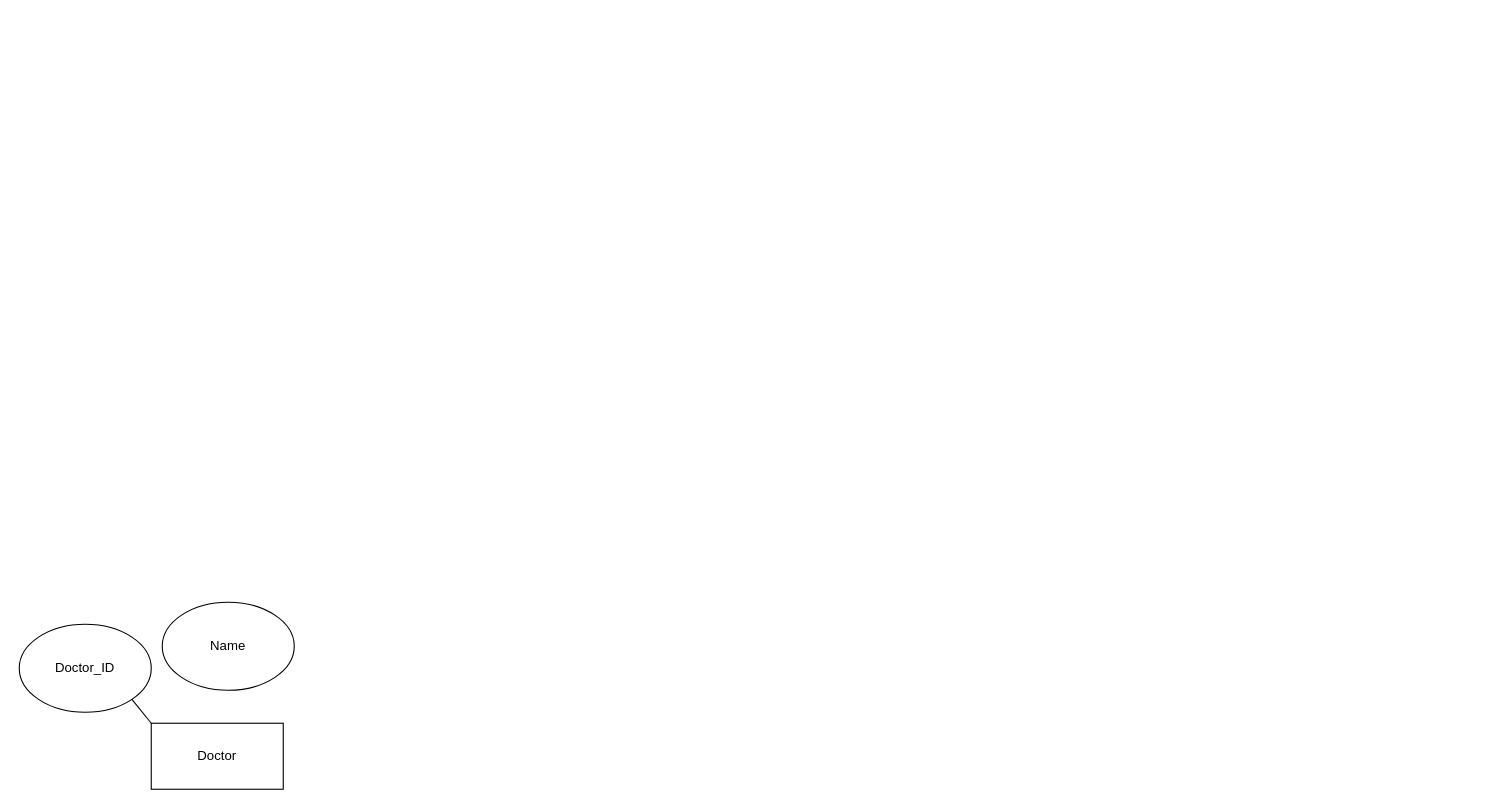
Earlier version of the draw.io diagram erdiagram.drawio (ivory-26/frontend-notes-app). Source tidied: cells renumbered, new cells numbered last; positions are measured from the earlier drawing's top-left corner, leaving out a move shared by most shapes. Both pictures are drawn from the tidied source at 110%, with x=0, y=0 at pixel (19, 602).
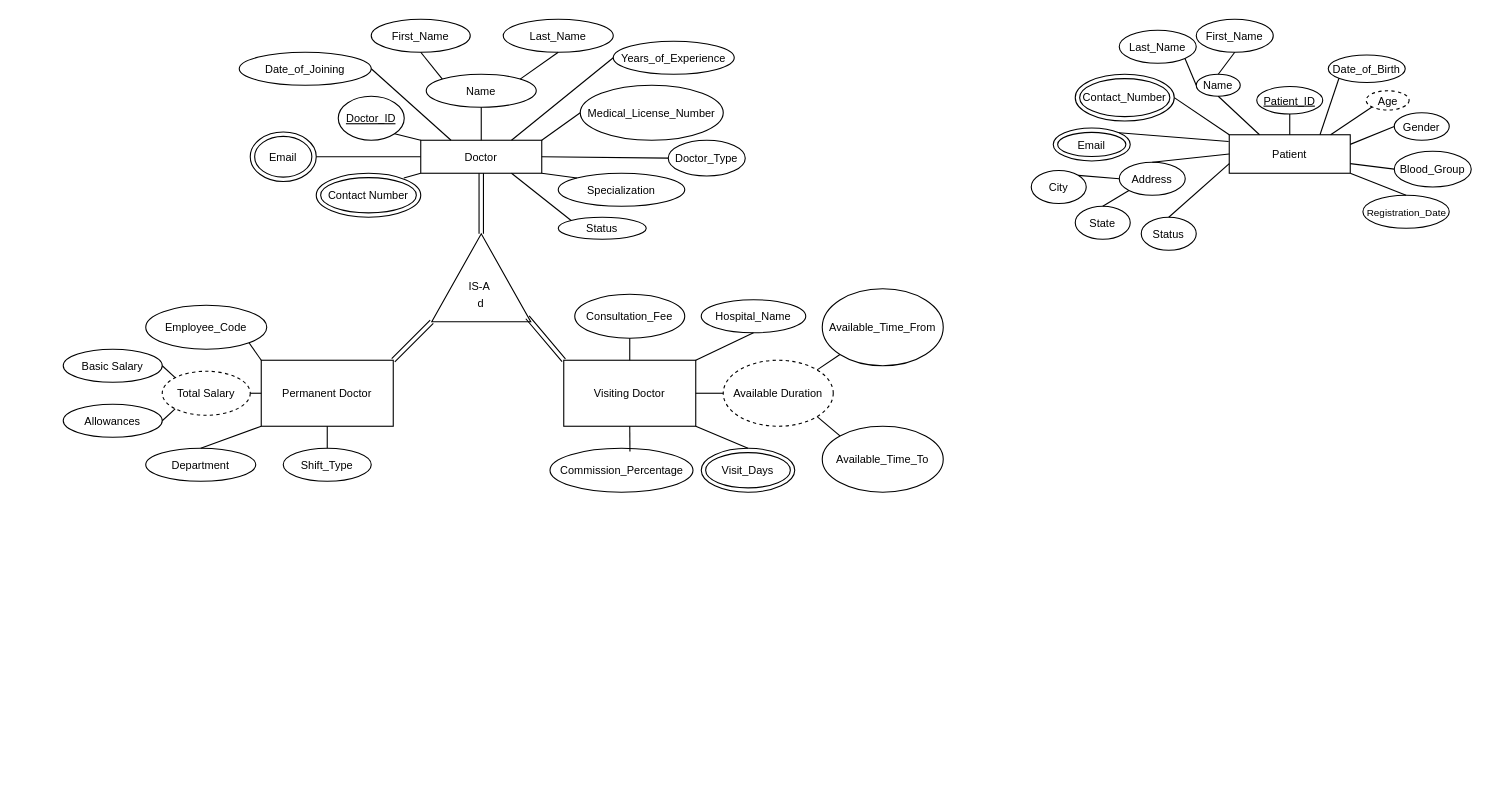
After the change.

What changed in the source:
```diff
@@
-    <mxCell id="2" value="Doctor" style="rounded=0;whiteSpace=wrap;html=1;" parent="1" vertex="1">
-      <mxGeometry x="120" y="110" width="120" height="60" as="geometry" />
+    <mxCell id="2" value="Doctor" style="rounded=0;whiteSpace=wrap;html=1;fontSize=10;" parent="1" vertex="1">
+      <mxGeometry x="365" y="-420" width="110" height="30" as="geometry" />
     </mxCell>
-    <mxCell id="3" value="Doctor_ID" style="ellipse;whiteSpace=wrap;html=1;" parent="1" vertex="1">
-      <mxGeometry y="20" width="120" height="80" as="geometry" />
+    <mxCell id="3" value="&lt;u&gt;Doctor_ID&lt;/u&gt;" style="ellipse;whiteSpace=wrap;html=1;fontSize=10;" parent="1" vertex="1">
+      <mxGeometry x="290" y="-460" width="60" height="40" as="geometry" />
     </mxCell>
-    <mxCell id="4" style="endArrow=none;html=1;rounded=0;entryX=1;entryY=1;entryDx=0;entryDy=0;exitX=0;exitY=0;exitDx=0;exitDy=0;" parent="1" edge="1" source="2" target="3">
+    <mxCell id="4" style="endArrow=none;html=1;rounded=0;entryX=1;entryY=1;entryDx=0;entryDy=0;exitX=0;exitY=0;exitDx=0;exitDy=0;fontSize=10;" parent="1" edge="1" source="2" target="3">
       <mxGeometry relative="1" as="geometry" />
     </mxCell>
-    <mxCell id="5" value="Name" style="ellipse;whiteSpace=wrap;html=1;" parent="1" vertex="1">
-      <mxGeometry x="130" width="120" height="80" as="geometry" />
+    <mxCell id="5" value="Name" style="ellipse;whiteSpace=wrap;html=1;fontSize=10;" parent="1" vertex="1">
+      <mxGeometry x="370" y="-480" width="100" height="30" as="geometry" />
     </mxCell>
+    <mxCell id="6" style="endArrow=none;html=1;rounded=0;entryX=0.5;entryY=1;entryDx=0;entryDy=0;exitX=0.5;exitY=0;exitDx=0;exitDy=0;fontSize=10;" parent="1" edge="1" source="2" target="5">
+      <mxGeometry relative="1" as="geometry" />
+    </mxCell>
+    <mxCell id="7" value="First_Name" style="ellipse;whiteSpace=wrap;html=1;fontSize=10;" parent="1" vertex="1">
+      <mxGeometry x="320" y="-530" width="90" height="30" as="geometry" />
+    </mxCell>
+    <mxCell id="8" value="Last_Name" style="ellipse;whiteSpace=wrap;html=1;fontSize=10;" parent="1" vertex="1">
+      <mxGeometry x="440" y="-530" width="100" height="30" as="geometry" />
+    </mxCell>
+    <mxCell id="9" style="endArrow=none;html=1;rounded=0;entryX=0.5;entryY=1;entryDx=0;entryDy=0;exitX=0;exitY=0;exitDx=0;exitDy=0;fontSize=10;" parent="1" edge="1" source="5" target="7">
+      <mxGeometry relative="1" as="geometry" />
+    </mxCell>
+    <mxCell id="10" style="endArrow=none;html=1;rounded=0;entryX=0.5;entryY=1;entryDx=0;entryDy=0;exitX=1;exitY=0;exitDx=0;exitDy=0;fontSize=10;" parent="1" edge="1" source="5" target="8">
+      <mxGeometry relative="1" as="geometry" />
+    </mxCell>
+    <mxCell id="11" value="Medical_License_Number" style="ellipse;whiteSpace=wrap;html=1;fontSize=10;" parent="1" vertex="1">
+      <mxGeometry x="510" y="-470" width="130" height="50" as="geometry" />
+    </mxCell>
+    <mxCell id="12" style="endArrow=none;html=1;rounded=0;entryX=0;entryY=0.5;entryDx=0;entryDy=0;exitX=1;exitY=0;exitDx=0;exitDy=0;fontSize=10;" parent="1" edge="1" source="2" target="11">
+      <mxGeometry relative="1" as="geometry" />
+    </mxCell>
+    <mxCell id="13" value="Specialization" style="ellipse;whiteSpace=wrap;html=1;fontSize=10;" parent="1" vertex="1">
+      <mxGeometry x="490" y="-390" width="115" height="30" as="geometry" />
+    </mxCell>
+    <mxCell id="14" style="endArrow=none;html=1;rounded=0;entryX=1;entryY=1;entryDx=0;entryDy=0;exitX=0;exitY=0;exitDx=0;exitDy=0;" parent="1" edge="1" source="13" target="2">
+      <mxGeometry relative="1" as="geometry" />
+    </mxCell>
+    <mxCell id="15" style="endArrow=none;html=1;rounded=0;entryX=0;entryY=1;entryDx=0;entryDy=0;exitX=1;exitY=0;exitDx=0;exitDy=0;" parent="1" edge="1" target="2">
+      <mxGeometry relative="1" as="geometry">
+        <mxPoint x="349.6" y="-385.6" as="sourcePoint" />
+      </mxGeometry>
+    </mxCell>
+    <mxCell id="16" value="&lt;font style=&quot;font-size: 10px;&quot;&gt;Contact Number&lt;/font&gt;" style="ellipse;shape=doubleEllipse;whiteSpace=wrap;html=1;" parent="1" vertex="1">
+      <mxGeometry x="270" y="-390" width="95" height="40" as="geometry" />
+    </mxCell>
+    <mxCell id="17" value="&lt;font style=&quot;font-size: 10px;&quot;&gt;Email&lt;/font&gt;" style="ellipse;shape=doubleEllipse;whiteSpace=wrap;html=1;" parent="1" vertex="1">
+      <mxGeometry x="210" y="-427.5" width="60" height="45" as="geometry" />
+    </mxCell>
+    <mxCell id="18" style="endArrow=none;html=1;rounded=0;entryX=0;entryY=0.5;entryDx=0;entryDy=0;exitX=1;exitY=0.5;exitDx=0;exitDy=0;" parent="1" edge="1" source="17" target="2">
+      <mxGeometry relative="1" as="geometry" />
+    </mxCell>
+    <mxCell id="19" value="&lt;font style=&quot;font-size: 10px;&quot;&gt;Doctor_Type&lt;/font&gt;" style="ellipse;whiteSpace=wrap;html=1;" parent="1" vertex="1">
+      <mxGeometry x="590" y="-420" width="70" height="32.5" as="geometry" />
+    </mxCell>
+    <mxCell id="20" style="endArrow=none;html=1;rounded=0;entryX=0;entryY=0.5;entryDx=0;entryDy=0;exitX=1;exitY=0.5;exitDx=0;exitDy=0;" parent="1" edge="1" source="2" target="19">
+      <mxGeometry relative="1" as="geometry" />
+    </mxCell>
+    <mxCell id="21" value="&lt;font style=&quot;font-size: 10px;&quot;&gt;Date_of_Joining&lt;/font&gt;" style="ellipse;whiteSpace=wrap;html=1;" parent="1" vertex="1">
+      <mxGeometry x="200" y="-500" width="120" height="30" as="geometry" />
+    </mxCell>
+    <mxCell id="22" value="&lt;font style=&quot;font-size: 10px;&quot;&gt;Years_of_Experience&lt;/font&gt;" style="ellipse;whiteSpace=wrap;html=1;" parent="1" vertex="1">
+      <mxGeometry x="540" y="-510" width="110" height="30" as="geometry" />
+    </mxCell>
+    <mxCell id="23" value="&lt;font style=&quot;font-size: 10px;&quot;&gt;Status&lt;/font&gt;" style="ellipse;whiteSpace=wrap;html=1;" parent="1" vertex="1">
+      <mxGeometry x="490" y="-350" width="80" height="20" as="geometry" />
+    </mxCell>
+    <mxCell id="24" style="endArrow=none;html=1;rounded=0;entryX=0.25;entryY=0;entryDx=0;entryDy=0;exitX=1;exitY=0.5;exitDx=0;exitDy=0;" parent="1" edge="1" source="21" target="2">
+      <mxGeometry relative="1" as="geometry" />
+    </mxCell>
+    <mxCell id="25" style="endArrow=none;html=1;rounded=0;entryX=0;entryY=0.5;entryDx=0;entryDy=0;exitX=0.75;exitY=0;exitDx=0;exitDy=0;" parent="1" edge="1" source="2" target="22">
+      <mxGeometry relative="1" as="geometry" />
+    </mxCell>
+    <mxCell id="26" style="endArrow=none;html=1;rounded=0;entryX=0;entryY=0;entryDx=0;entryDy=0;exitX=0.75;exitY=1;exitDx=0;exitDy=0;" parent="1" edge="1" source="2" target="23">
+      <mxGeometry relative="1" as="geometry" />
+    </mxCell>
+    <mxCell id="27" style="triangle;whiteSpace=wrap;html=1;rotation=-90;" parent="1" vertex="1">
+      <mxGeometry x="380" y="-340" width="80" height="90" as="geometry" />
+    </mxCell>
+    <mxCell id="28" value="&lt;font style=&quot;font-size: 10px;&quot;&gt;IS-A&amp;nbsp;&lt;br&gt;d&lt;/font&gt;" style="text;html=1;align=center;verticalAlign=middle;whiteSpace=wrap;rounded=0;" parent="1" vertex="1">
+      <mxGeometry x="390" y="-320" width="60" height="80" as="geometry" />
+    </mxCell>
+    <mxCell id="29" value="&lt;font style=&quot;font-size: 10px;&quot;&gt;Permanent Doctor&lt;/font&gt;" style="rounded=0;whiteSpace=wrap;html=1;" parent="1" vertex="1">
+      <mxGeometry x="220" y="-220" width="120" height="60" as="geometry" />
+    </mxCell>
+    <mxCell id="30" value="&lt;font style=&quot;font-size: 10px;&quot;&gt;Visiting Doctor&lt;/font&gt;" style="rounded=0;whiteSpace=wrap;html=1;" parent="1" vertex="1">
+      <mxGeometry x="495" y="-220" width="120" height="60" as="geometry" />
+    </mxCell>
+    <mxCell id="31" style="shape=link;html=1;rounded=0;exitX=0.5;exitY=1;exitDx=0;exitDy=0;entryX=1;entryY=0.5;entryDx=0;entryDy=0;" parent="1" edge="1" source="2" target="27">
+      <mxGeometry relative="1" as="geometry" />
+    </mxCell>
+    <mxCell id="32" style="shape=link;html=1;rounded=0;entryX=0;entryY=0;entryDx=0;entryDy=0;entryPerimeter=0;exitX=1;exitY=0;exitDx=0;exitDy=0;" parent="1" edge="1" source="29" target="27">
+      <mxGeometry relative="1" as="geometry" />
+    </mxCell>
+    <mxCell id="33" style="shape=link;html=1;rounded=0;exitX=0.05;exitY=0.967;exitDx=0;exitDy=0;exitPerimeter=0;entryX=0;entryY=0;entryDx=0;entryDy=0;" parent="1" edge="1" source="27" target="30">
+      <mxGeometry relative="1" as="geometry" />
+    </mxCell>
+    <mxCell id="34" value="&lt;font style=&quot;font-size: 10px;&quot;&gt;Employee_Code&lt;/font&gt;" style="ellipse;whiteSpace=wrap;html=1;" parent="1" vertex="1">
+      <mxGeometry x="115" y="-270" width="110" height="40" as="geometry" />
+    </mxCell>
+    <mxCell id="35" value="&lt;font style=&quot;font-size: 10px;&quot;&gt;Basic Salary&lt;/font&gt;" style="ellipse;whiteSpace=wrap;html=1;" parent="1" vertex="1">
+      <mxGeometry x="40" y="-230" width="90" height="30" as="geometry" />
+    </mxCell>
+    <mxCell id="36" value="&lt;font style=&quot;font-size: 10px;&quot;&gt;Allowances&lt;/font&gt;" style="ellipse;whiteSpace=wrap;html=1;" parent="1" vertex="1">
+      <mxGeometry x="40" y="-180" width="90" height="30" as="geometry" />
+    </mxCell>
+    <mxCell id="37" value="&lt;font style=&quot;font-size: 10px;&quot;&gt;Total Salary&lt;/font&gt;" style="ellipse;whiteSpace=wrap;html=1;dashed=1;" parent="1" vertex="1">
+      <mxGeometry x="130" y="-210" width="80" height="40" as="geometry" />
+    </mxCell>
+    <mxCell id="38" value="&lt;font style=&quot;font-size: 10px;&quot;&gt;Department&lt;/font&gt;" style="ellipse;whiteSpace=wrap;html=1;" parent="1" vertex="1">
+      <mxGeometry x="115" y="-140" width="100" height="30" as="geometry" />
+    </mxCell>
+    <mxCell id="39" value="&lt;font style=&quot;font-size: 10px;&quot;&gt;Shift_Type&lt;/font&gt;" style="ellipse;whiteSpace=wrap;html=1;" parent="1" vertex="1">
+      <mxGeometry x="240" y="-140" width="80" height="30" as="geometry" />
+    </mxCell>
+    <mxCell id="40" style="endArrow=none;html=1;rounded=0;entryX=1;entryY=1;entryDx=0;entryDy=0;exitX=0;exitY=0;exitDx=0;exitDy=0;" parent="1" edge="1" source="29" target="34">
+      <mxGeometry relative="1" as="geometry" />
+    </mxCell>
+    <mxCell id="41" style="endArrow=none;html=1;rounded=0;entryX=0;entryY=0;entryDx=0;entryDy=0;exitX=1;exitY=0.5;exitDx=0;exitDy=0;" parent="1" edge="1" source="35" target="37">
+      <mxGeometry relative="1" as="geometry" />
+    </mxCell>
+    <mxCell id="42" style="endArrow=none;html=1;rounded=0;entryX=0;entryY=1;entryDx=0;entryDy=0;exitX=1;exitY=0.5;exitDx=0;exitDy=0;" parent="1" edge="1" source="36" target="37">
+      <mxGeometry relative="1" as="geometry" />
+    </mxCell>
+    <mxCell id="43" style="endArrow=none;html=1;rounded=0;entryX=0;entryY=0.5;entryDx=0;entryDy=0;exitX=1;exitY=0.5;exitDx=0;exitDy=0;" parent="1" edge="1" source="37" target="29">
+      <mxGeometry relative="1" as="geometry" />
+    </mxCell>
+    <mxCell id="44" style="endArrow=none;html=1;rounded=0;entryX=0;entryY=1;entryDx=0;entryDy=0;exitX=0.5;exitY=0;exitDx=0;exitDy=0;" parent="1" edge="1" source="38" target="29">
+      <mxGeometry relative="1" as="geometry" />
+    </mxCell>
+    <mxCell id="45" style="endArrow=none;html=1;rounded=0;entryX=0.5;entryY=1;entryDx=0;entryDy=0;exitX=0.5;exitY=0;exitDx=0;exitDy=0;" parent="1" edge="1" source="39" target="29">
+      <mxGeometry relative="1" as="geometry" />
+    </mxCell>
+    <mxCell id="46" value="&lt;font style=&quot;font-size: 10px;&quot;&gt;Consultation_Fee&lt;/font&gt;" style="ellipse;whiteSpace=wrap;html=1;" parent="1" vertex="1">
+      <mxGeometry x="505" y="-280" width="100" height="40" as="geometry" />
+    </mxCell>
+    <mxCell id="47" value="&lt;font style=&quot;font-size: 10px;&quot;&gt;Available Duration&lt;/font&gt;" style="ellipse;whiteSpace=wrap;html=1;dashed=1;" parent="1" vertex="1">
+      <mxGeometry x="640" y="-220" width="100" height="60" as="geometry" />
+    </mxCell>
+    <mxCell id="48" value="&lt;font style=&quot;font-size: 10px;&quot;&gt;Visit_Days&lt;/font&gt;" style="ellipse;shape=doubleEllipse;whiteSpace=wrap;html=1;" parent="1" vertex="1">
+      <mxGeometry x="620" y="-140" width="85" height="40" as="geometry" />
+    </mxCell>
+    <mxCell id="49" value="&lt;font style=&quot;font-size: 10px;&quot;&gt;Available_Time_From&lt;/font&gt;" style="ellipse;whiteSpace=wrap;html=1;" parent="1" vertex="1">
+      <mxGeometry x="730" y="-285" width="110" height="70" as="geometry" />
+    </mxCell>
+    <mxCell id="50" value="&lt;font style=&quot;font-size: 10px;&quot;&gt;Available_Time_To&lt;/font&gt;" style="ellipse;whiteSpace=wrap;html=1;" parent="1" vertex="1">
+      <mxGeometry x="730" y="-160" width="110" height="60" as="geometry" />
+    </mxCell>
+    <mxCell id="51" value="&lt;font style=&quot;font-size: 10px;&quot;&gt;Commission_Percentage&lt;/font&gt;" style="ellipse;whiteSpace=wrap;html=1;" parent="1" vertex="1">
+      <mxGeometry x="482.5" y="-140" width="130" height="40" as="geometry" />
+    </mxCell>
+    <mxCell id="52" value="&lt;font style=&quot;font-size: 10px;&quot;&gt;Hospital_Name&lt;/font&gt;" style="ellipse;whiteSpace=wrap;html=1;" parent="1" vertex="1">
+      <mxGeometry x="620" y="-275" width="95" height="30" as="geometry" />
+    </mxCell>
+    <mxCell id="53" style="endArrow=none;html=1;rounded=0;entryX=0.5;entryY=1;entryDx=0;entryDy=0;exitX=0.5;exitY=0;exitDx=0;exitDy=0;" parent="1" edge="1" source="30" target="46">
+      <mxGeometry relative="1" as="geometry" />
+    </mxCell>
+    <mxCell id="54" style="endArrow=none;html=1;rounded=0;entryX=0.5;entryY=1;entryDx=0;entryDy=0;exitX=1;exitY=0;exitDx=0;exitDy=0;" parent="1" edge="1" source="30" target="52">
+      <mxGeometry relative="1" as="geometry" />
+    </mxCell>
+    <mxCell id="55" style="endArrow=none;html=1;rounded=0;entryX=0;entryY=0.5;entryDx=0;entryDy=0;exitX=1;exitY=0.5;exitDx=0;exitDy=0;" parent="1" edge="1" source="30" target="47">
+      <mxGeometry relative="1" as="geometry" />
+    </mxCell>
+    <mxCell id="56" style="endArrow=none;html=1;rounded=0;entryX=0;entryY=1;entryDx=0;entryDy=0;exitX=1;exitY=0;exitDx=0;exitDy=0;" parent="1" edge="1" source="47" target="49">
+      <mxGeometry relative="1" as="geometry" />
+    </mxCell>
+    <mxCell id="57" style="endArrow=none;html=1;rounded=0;entryX=0;entryY=0;entryDx=0;entryDy=0;exitX=1;exitY=1;exitDx=0;exitDy=0;" parent="1" edge="1" source="47" target="50">
+      <mxGeometry relative="1" as="geometry" />
+    </mxCell>
+    <mxCell id="58" style="endArrow=none;html=1;rounded=0;entryX=0.5;entryY=0;entryDx=0;entryDy=0;exitX=1;exitY=1;exitDx=0;exitDy=0;" parent="1" edge="1" source="30" target="48">
+      <mxGeometry relative="1" as="geometry" />
+    </mxCell>
+    <mxCell id="59" style="endArrow=none;html=1;rounded=0;entryX=0.5;entryY=1;entryDx=0;entryDy=0;exitX=0.559;exitY=0.074;exitDx=0;exitDy=0;exitPerimeter=0;" parent="1" edge="1" source="51" target="30">
+      <mxGeometry relative="1" as="geometry" />
+    </mxCell>
+    <mxCell id="60" value="&lt;font style=&quot;font-size: 10px;&quot;&gt;Patient&lt;/font&gt;" style="rounded=0;whiteSpace=wrap;html=1;" parent="1" vertex="1">
+      <mxGeometry x="1100" y="-425" width="110" height="35" as="geometry" />
+    </mxCell>
+    <mxCell id="61" value="&lt;font style=&quot;font-size: 10px;&quot;&gt;&lt;u&gt;Patient_ID&lt;/u&gt;&lt;/font&gt;" style="ellipse;whiteSpace=wrap;html=1;" parent="1" vertex="1">
+      <mxGeometry x="1125" y="-468.8" width="60" height="25" as="geometry" />
+    </mxCell>
+    <mxCell id="62" value="&lt;font style=&quot;font-size: 10px;&quot;&gt;Name&lt;/font&gt;" style="ellipse;whiteSpace=wrap;html=1;" parent="1" vertex="1">
+      <mxGeometry x="1070" y="-480" width="40" height="20" as="geometry" />
+    </mxCell>
+    <mxCell id="63" value="&lt;font style=&quot;font-size: 10px;&quot;&gt;First_Name&lt;/font&gt;" style="ellipse;whiteSpace=wrap;html=1;" parent="1" vertex="1">
+      <mxGeometry x="1070" y="-530" width="70" height="30" as="geometry" />
+    </mxCell>
+    <mxCell id="64" value="&lt;font style=&quot;font-size: 10px;&quot;&gt;Last_Name&lt;/font&gt;" style="ellipse;whiteSpace=wrap;html=1;" parent="1" vertex="1">
+      <mxGeometry x="1000" y="-520" width="70" height="30" as="geometry" />
+    </mxCell>
+    <mxCell id="65" value="&lt;font style=&quot;font-size: 10px;&quot;&gt;Date_of_Birth&lt;/font&gt;" style="ellipse;whiteSpace=wrap;html=1;" parent="1" vertex="1">
+      <mxGeometry x="1190" y="-497.5" width="70" height="25" as="geometry" />
+    </mxCell>
+    <mxCell id="66" value="&lt;font style=&quot;font-size: 10px;&quot;&gt;Age&lt;/font&gt;" style="ellipse;whiteSpace=wrap;html=1;dashed=1;" parent="1" vertex="1">
+      <mxGeometry x="1224.5" y="-465" width="39" height="17.5" as="geometry" />
+    </mxCell>
+    <mxCell id="67" value="&lt;font style=&quot;font-size: 10px;&quot;&gt;Gender&lt;/font&gt;" style="ellipse;whiteSpace=wrap;html=1;" parent="1" vertex="1">
+      <mxGeometry x="1250" y="-445" width="50" height="25" as="geometry" />
+    </mxCell>
+    <mxCell id="68" value="&lt;font style=&quot;font-size: 10px;&quot;&gt;Blood_Group&lt;/font&gt;" style="ellipse;whiteSpace=wrap;html=1;" parent="1" vertex="1">
+      <mxGeometry x="1250" y="-410" width="70" height="32.5" as="geometry" />
+    </mxCell>
+    <mxCell id="69" value="&lt;font style=&quot;font-size: 10px;&quot;&gt;Contact_Number&lt;/font&gt;" style="ellipse;shape=doubleEllipse;whiteSpace=wrap;html=1;" parent="1" vertex="1">
+      <mxGeometry x="960" y="-480" width="90" height="42.5" as="geometry" />
+    </mxCell>
+    <mxCell id="70" value="&lt;font style=&quot;font-size: 10px;&quot;&gt;Email&lt;/font&gt;" style="ellipse;shape=doubleEllipse;whiteSpace=wrap;html=1;" parent="1" vertex="1">
+      <mxGeometry x="940" y="-431.2" width="70" height="30" as="geometry" />
+    </mxCell>
+    <mxCell id="71" value="&lt;font style=&quot;font-size: 10px;&quot;&gt;Address&lt;/font&gt;" style="ellipse;whiteSpace=wrap;html=1;" parent="1" vertex="1">
+      <mxGeometry x="1000" y="-400" width="60" height="30" as="geometry" />
+    </mxCell>
+    <mxCell id="72" value="&lt;font style=&quot;font-size: 10px;&quot;&gt;City&lt;/font&gt;" style="ellipse;whiteSpace=wrap;html=1;" parent="1" vertex="1">
+      <mxGeometry x="920" y="-392.5" width="50" height="30" as="geometry" />
+    </mxCell>
+    <mxCell id="73" value="&lt;font style=&quot;font-size: 10px;&quot;&gt;State&lt;/font&gt;" style="ellipse;whiteSpace=wrap;html=1;" parent="1" vertex="1">
+      <mxGeometry x="960" y="-360" width="50" height="30" as="geometry" />
+    </mxCell>
+    <mxCell id="74" value="&lt;font style=&quot;font-size: 10px;&quot;&gt;Status&lt;/font&gt;" style="ellipse;whiteSpace=wrap;html=1;" parent="1" vertex="1">
+      <mxGeometry x="1020" y="-350" width="50" height="30" as="geometry" />
+    </mxCell>
+    <mxCell id="75" value="&lt;font style=&quot;font-size: 9px;&quot;&gt;Registration_Date&lt;/font&gt;" style="ellipse;whiteSpace=wrap;html=1;" parent="1" vertex="1">
+      <mxGeometry x="1221.5" y="-370" width="78.5" height="30" as="geometry" />
+    </mxCell>
+    <mxCell id="76" style="endArrow=none;html=1;rounded=0;entryX=0.5;entryY=1;entryDx=0;entryDy=0;exitX=0.25;exitY=0;exitDx=0;exitDy=0;" parent="1" edge="1" source="60" target="62">
+      <mxGeometry relative="1" as="geometry" />
+    </mxCell>
+    <mxCell id="77" style="endArrow=none;html=1;rounded=0;entryX=0.5;entryY=1;entryDx=0;entryDy=0;exitX=0.5;exitY=0;exitDx=0;exitDy=0;" parent="1" edge="1" source="60" target="61">
+      <mxGeometry relative="1" as="geometry" />
+    </mxCell>
+    <mxCell id="78" style="endArrow=none;html=1;rounded=0;entryX=1;entryY=1;entryDx=0;entryDy=0;exitX=0;exitY=0.5;exitDx=0;exitDy=0;" parent="1" edge="1" source="62" target="64">
+      <mxGeometry relative="1" as="geometry" />
+    </mxCell>
+    <mxCell id="79" style="endArrow=none;html=1;rounded=0;entryX=0.5;entryY=1;entryDx=0;entryDy=0;exitX=0.5;exitY=0;exitDx=0;exitDy=0;" parent="1" edge="1" source="62" target="63">
+      <mxGeometry relative="1" as="geometry" />
+    </mxCell>
+    <mxCell id="80" style="endArrow=none;html=1;rounded=0;entryX=0;entryY=1;entryDx=0;entryDy=0;exitX=0.75;exitY=0;exitDx=0;exitDy=0;" parent="1" edge="1" source="60" target="65">
+      <mxGeometry relative="1" as="geometry" />
+    </mxCell>
+    <mxCell id="81" style="endArrow=none;html=1;rounded=0;exitX=0.838;exitY=0.001;exitDx=0;exitDy=0;exitPerimeter=0;entryX=0;entryY=1;entryDx=0;entryDy=0;" parent="1" edge="1" source="60" target="66">
+      <mxGeometry relative="1" as="geometry" />
+    </mxCell>
+    <mxCell id="82" style="endArrow=none;html=1;rounded=0;entryX=0;entryY=0.5;entryDx=0;entryDy=0;exitX=1;exitY=0.25;exitDx=0;exitDy=0;" parent="1" edge="1" source="60" target="67">
+      <mxGeometry relative="1" as="geometry" />
+    </mxCell>
+    <mxCell id="83" style="endArrow=none;html=1;rounded=0;entryX=0;entryY=0.5;entryDx=0;entryDy=0;exitX=1;exitY=0.75;exitDx=0;exitDy=0;" parent="1" edge="1" source="60" target="68">
+      <mxGeometry relative="1" as="geometry" />
+    </mxCell>
+    <mxCell id="84" style="endArrow=none;html=1;rounded=0;exitX=1;exitY=0.5;exitDx=0;exitDy=0;entryX=0;entryY=0;entryDx=0;entryDy=0;" parent="1" edge="1" source="69" target="60">
+      <mxGeometry relative="1" as="geometry" />
+    </mxCell>
+    <mxCell id="85" style="endArrow=none;html=1;rounded=0;entryX=-0.005;entryY=0.177;entryDx=0;entryDy=0;entryPerimeter=0;exitX=1;exitY=0;exitDx=0;exitDy=0;" parent="1" edge="1" source="70" target="60">
+      <mxGeometry relative="1" as="geometry" />
+    </mxCell>
+    <mxCell id="86" style="endArrow=none;html=1;rounded=0;entryX=0;entryY=0.5;entryDx=0;entryDy=0;exitX=0.5;exitY=0;exitDx=0;exitDy=0;" parent="1" edge="1" source="71" target="60">
+      <mxGeometry relative="1" as="geometry" />
+    </mxCell>
+    <mxCell id="87" style="endArrow=none;html=1;rounded=0;entryX=0;entryY=0.5;entryDx=0;entryDy=0;exitX=1;exitY=0;exitDx=0;exitDy=0;" parent="1" edge="1" source="72" target="71">
+      <mxGeometry relative="1" as="geometry" />
+    </mxCell>
+    <mxCell id="88" style="endArrow=none;html=1;rounded=0;entryX=0;entryY=1;entryDx=0;entryDy=0;exitX=0.5;exitY=0;exitDx=0;exitDy=0;" parent="1" edge="1" source="73" target="71">
+      <mxGeometry relative="1" as="geometry" />
+    </mxCell>
+    <mxCell id="89" style="endArrow=none;html=1;rounded=0;entryX=0;entryY=0.75;entryDx=0;entryDy=0;exitX=0.5;exitY=0;exitDx=0;exitDy=0;" parent="1" edge="1" source="74" target="60">
+      <mxGeometry relative="1" as="geometry" />
+    </mxCell>
+    <mxCell id="90" style="endArrow=none;html=1;rounded=0;entryX=1;entryY=1;entryDx=0;entryDy=0;exitX=0.5;exitY=0;exitDx=0;exitDy=0;" parent="1" edge="1" source="75" target="60">
+      <mxGeometry relative="1" as="geometry" />
+    </mxCell>
```
